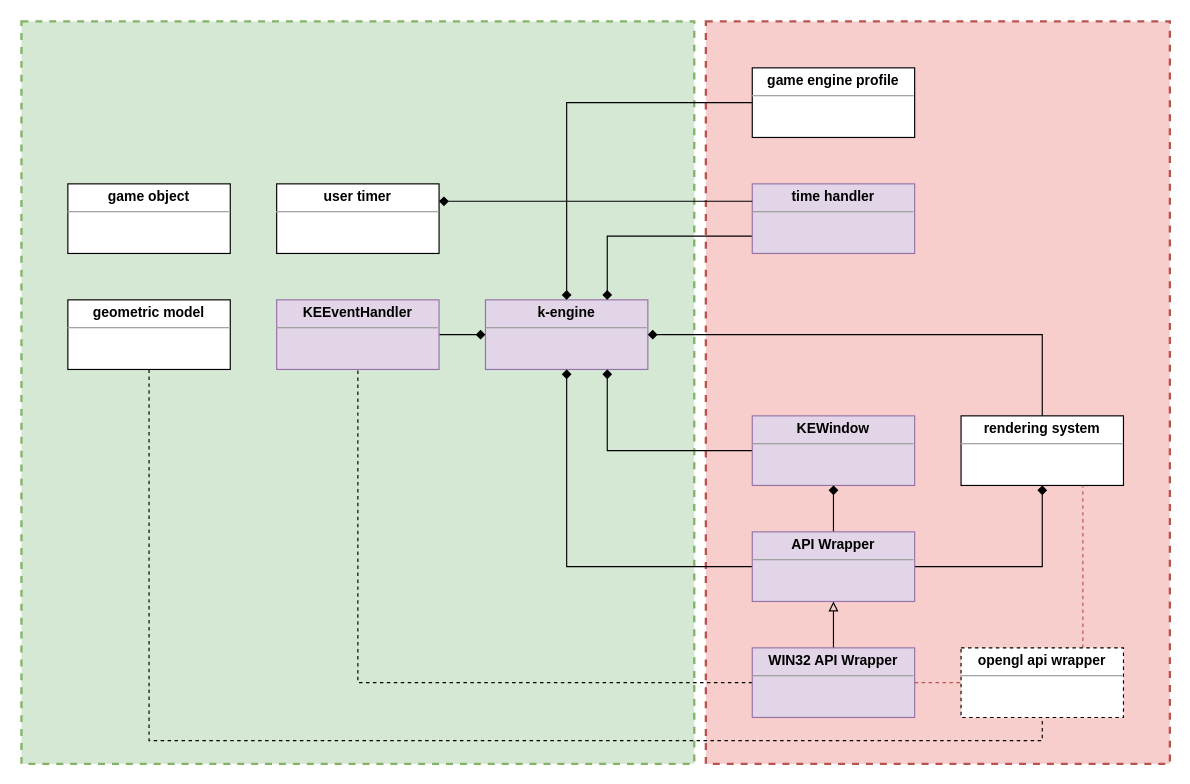
Above: _docs/k-engine-classes.drawio in Keshizin/k-engine (draw.io), before the change. Source tidied: cells renumbered, new cells numbered last; positions are measured from the earlier drawing's top-left corner, leaving out a move shared by most shapes. Both pictures are drawn from the tidied source at 116%, with x=0, y=0 at pixel (21, 21).
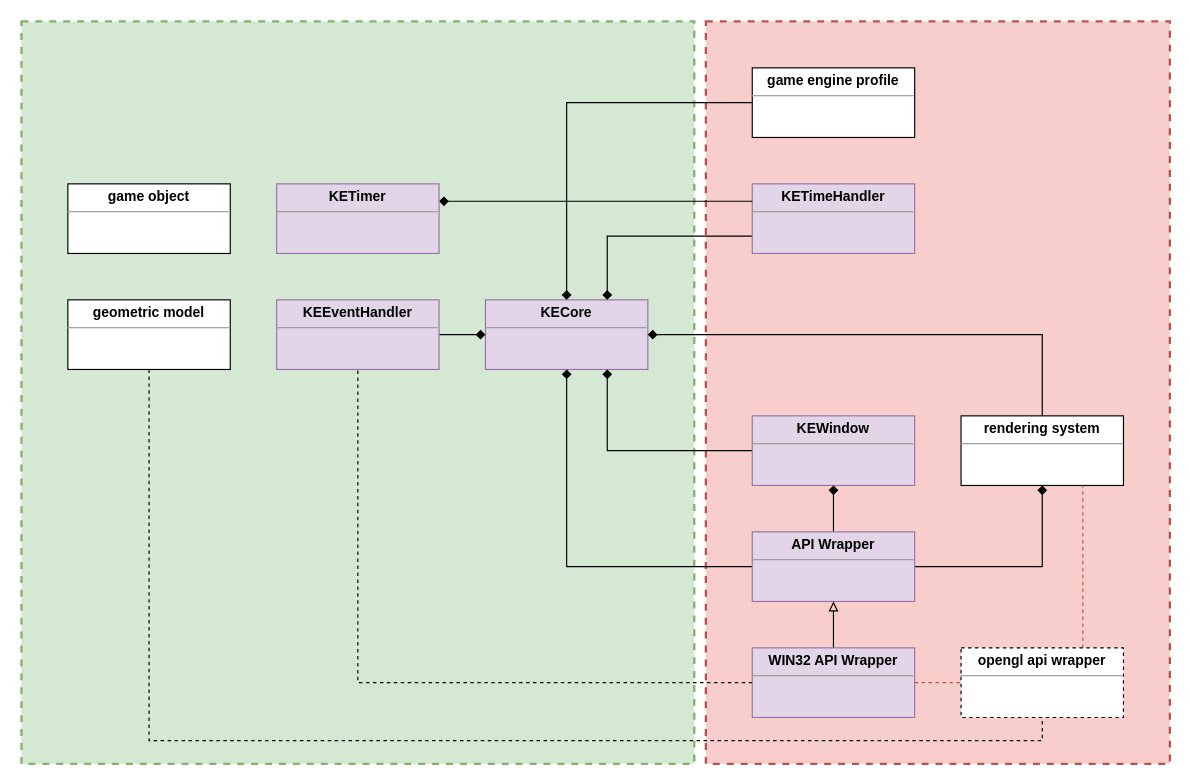
Above is the later version.

Change to the diagram source:
```diff
@@
-    <mxCell id="4" value="&lt;p style=&quot;margin: 0px ; margin-top: 4px ; text-align: center&quot;&gt;&lt;b&gt;k-engine&lt;/b&gt;&lt;/p&gt;&lt;hr size=&quot;1&quot;&gt;&lt;div style=&quot;height: 2px&quot;&gt;&lt;/div&gt;" style="verticalAlign=top;align=left;overflow=fill;fontSize=12;fontFamily=Helvetica;html=1;fillColor=#e1d5e7;strokeColor=#9673a6;" parent="1" vertex="1">
+    <mxCell id="4" value="&lt;p style=&quot;margin: 0px ; margin-top: 4px ; text-align: center&quot;&gt;&lt;b&gt;KECore&lt;/b&gt;&lt;/p&gt;&lt;hr size=&quot;1&quot;&gt;&lt;div style=&quot;height: 2px&quot;&gt;&lt;/div&gt;" style="verticalAlign=top;align=left;overflow=fill;fontSize=12;fontFamily=Helvetica;html=1;fillColor=#e1d5e7;strokeColor=#9673a6;" parent="1" vertex="1">
       <mxGeometry x="400" y="240" width="140" height="60" as="geometry" />
     </mxCell>
@@
-    <mxCell id="20" value="&lt;p style=&quot;margin: 0px ; margin-top: 4px ; text-align: center&quot;&gt;&lt;b&gt;time handler&lt;/b&gt;&lt;/p&gt;&lt;hr size=&quot;1&quot;&gt;&lt;div style=&quot;height: 2px&quot;&gt;&lt;/div&gt;" style="verticalAlign=top;align=left;overflow=fill;fontSize=12;fontFamily=Helvetica;html=1;fillColor=#e1d5e7;strokeColor=#9673a6;" parent="1" vertex="1">
+    <mxCell id="20" value="&lt;p style=&quot;margin: 0px ; margin-top: 4px ; text-align: center&quot;&gt;&lt;b&gt;KETimeHandler&lt;/b&gt;&lt;/p&gt;&lt;hr size=&quot;1&quot;&gt;&lt;div style=&quot;height: 2px&quot;&gt;&lt;/div&gt;" style="verticalAlign=top;align=left;overflow=fill;fontSize=12;fontFamily=Helvetica;html=1;fillColor=#e1d5e7;strokeColor=#9673a6;" parent="1" vertex="1">
       <mxGeometry x="630" y="140" width="140" height="60" as="geometry" />
     </mxCell>
@@
-    <mxCell id="26" value="&lt;p style=&quot;margin: 0px ; margin-top: 4px ; text-align: center&quot;&gt;&lt;b&gt;user timer&lt;/b&gt;&lt;/p&gt;&lt;hr size=&quot;1&quot;&gt;&lt;div style=&quot;height: 2px&quot;&gt;&lt;/div&gt;" style="verticalAlign=top;align=left;overflow=fill;fontSize=12;fontFamily=Helvetica;html=1;" parent="1" vertex="1">
+    <mxCell id="26" value="&lt;p style=&quot;margin: 0px ; margin-top: 4px ; text-align: center&quot;&gt;&lt;b&gt;KETimer&lt;/b&gt;&lt;/p&gt;&lt;hr size=&quot;1&quot;&gt;&lt;div style=&quot;height: 2px&quot;&gt;&lt;/div&gt;" style="verticalAlign=top;align=left;overflow=fill;fontSize=12;fontFamily=Helvetica;html=1;fillColor=#e1d5e7;strokeColor=#9673a6;" parent="1" vertex="1">
       <mxGeometry x="220" y="140" width="140" height="60" as="geometry" />
     </mxCell>
```
